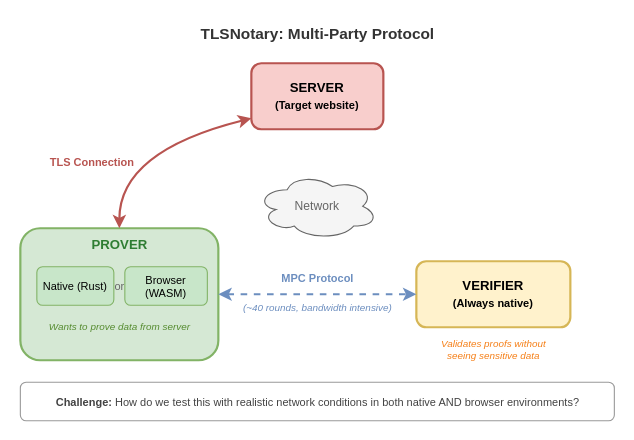
This is blog/2026-01-31-tlsnotary-test-harness/overview.drawio from tlsnotary/website, a draw.io file, before an edit. Source tidied: cells renumbered, new cells numbered last; positions are measured from the earlier drawing's top-left corner, leaving out a move shared by most shapes. Both pictures are drawn from the tidied source at 110%, with x=0, y=0 at pixel (20, 19).
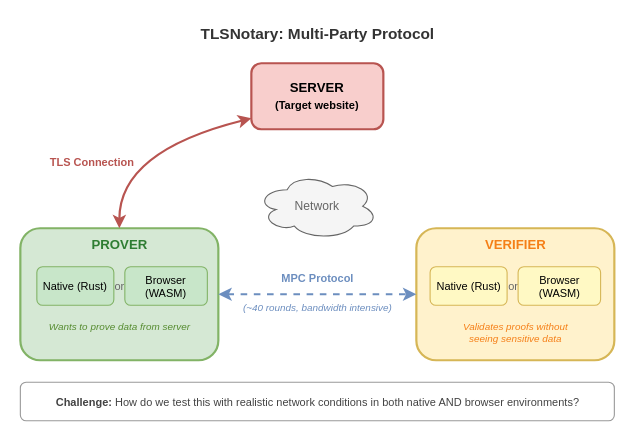
Above is the later version.

What changed in the source:
```diff
@@
-    <mxCell id="10" value="VERIFIER&lt;br&gt;&lt;font style=&quot;font-size: 10px;&quot;&gt;(Always native)&lt;/font&gt;" style="rounded=1;whiteSpace=wrap;html=1;fillColor=#fff2cc;strokeColor=#d6b656;strokeWidth=2;fontStyle=1;fontSize=12;" parent="1" vertex="1">
-      <mxGeometry x="360" y="220" width="140" height="60" as="geometry" />
+    <mxCell id="10" style="rounded=1;whiteSpace=wrap;html=1;fillColor=#fff2cc;strokeColor=#d6b656;strokeWidth=2;fontStyle=1;fontSize=12;" parent="1" vertex="1">
+      <mxGeometry x="360" y="190" width="180" height="120" as="geometry" />
     </mxCell>
     <mxCell id="11" value="Validates proofs without&lt;br&gt;seeing sensitive data" style="text;html=1;strokeColor=none;fillColor=none;align=center;verticalAlign=middle;fontSize=9;fontColor=#f57f17;fontStyle=2;" parent="1" vertex="1">
-      <mxGeometry x="360" y="285" width="140" height="30" as="geometry" />
+      <mxGeometry x="380" y="270" width="140" height="30" as="geometry" />
     </mxCell>
@@
+    <mxCell id="20" value="VERIFIER" style="text;html=1;strokeColor=none;fillColor=none;align=center;verticalAlign=middle;fontSize=12;fontStyle=1;fontColor=#f57f17;" parent="1" vertex="1">
+      <mxGeometry x="410" y="195" width="80" height="20" as="geometry" />
+    </mxCell>
+    <mxCell id="21" value="Native (Rust)" style="rounded=1;whiteSpace=wrap;html=1;fillColor=#fff9c4;strokeColor=#d6b656;fontSize=10;" parent="1" vertex="1">
+      <mxGeometry x="372.5" y="225" width="70" height="35" as="geometry" />
+    </mxCell>
+    <mxCell id="22" value="or" style="text;html=1;strokeColor=none;fillColor=none;align=center;verticalAlign=middle;fontSize=10;fontColor=#666666;" parent="1" vertex="1">
+      <mxGeometry x="437.5" y="230" width="20" height="25" as="geometry" />
+    </mxCell>
+    <mxCell id="23" value="Browser (WASM)" style="rounded=1;whiteSpace=wrap;html=1;fillColor=#fff9c4;strokeColor=#d6b656;fontSize=10;" parent="1" vertex="1">
+      <mxGeometry x="452.5" y="225" width="75" height="35" as="geometry" />
+    </mxCell>
```
